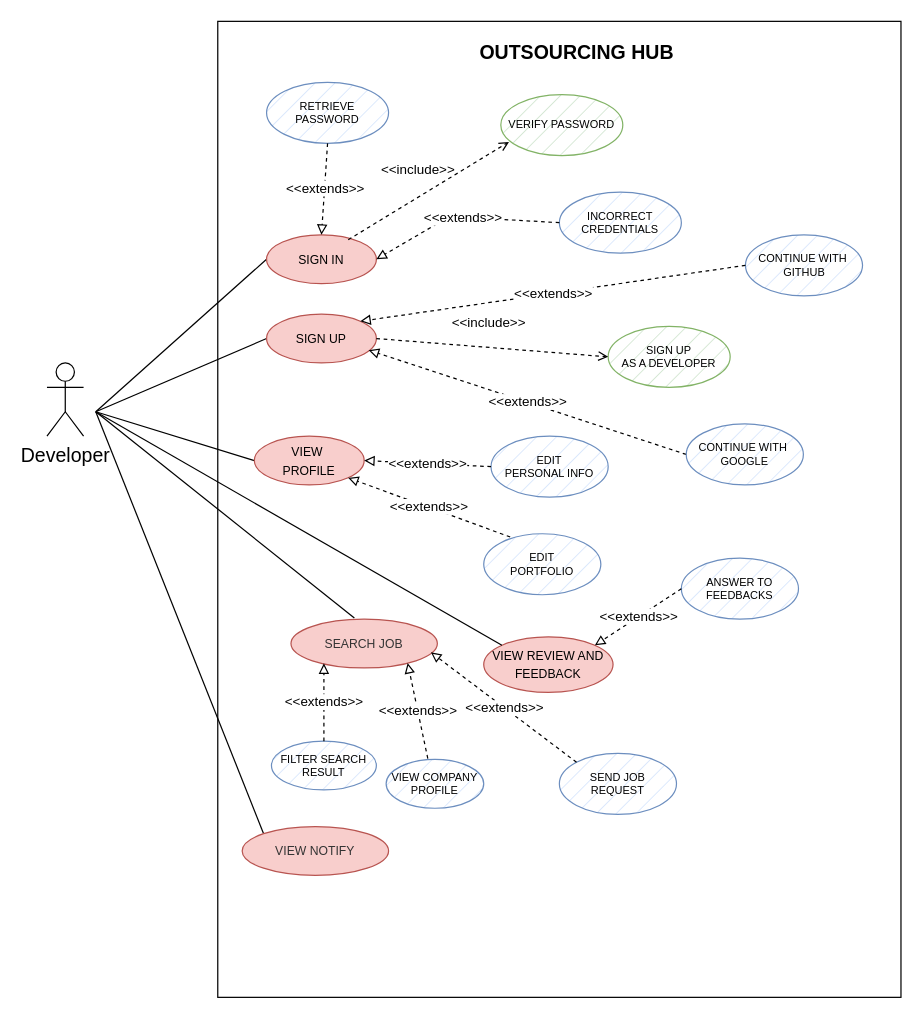
mattiadanisi00/ids keeps this draw.io diagram as use_cases/use_cases_dev.drawio. Above is the earlier version. Source tidied: cells renumbered, new cells numbered last; positions are measured from the earlier drawing's top-left corner, leaving out a move shared by most shapes. Both pictures are drawn from the tidied source at 122%, with x=0, y=0 at pixel (46, 21).
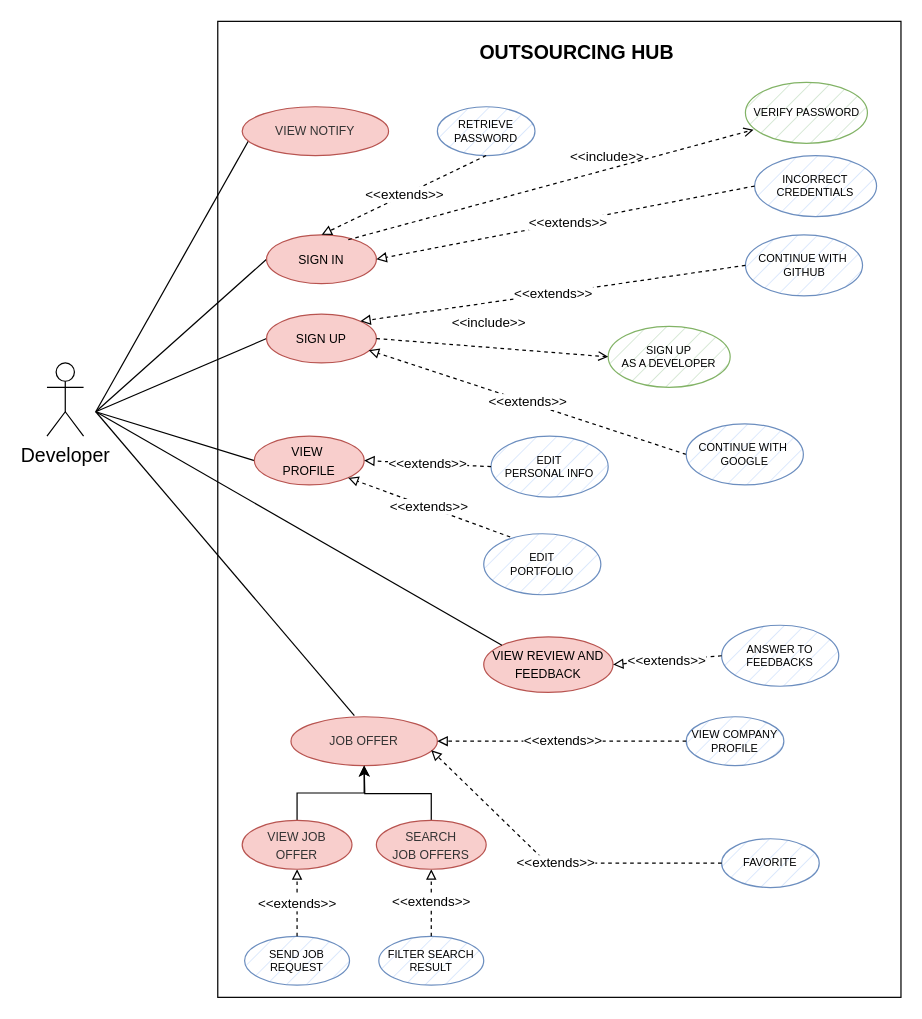
The same diagram, later.

Unchanged cells that the change refers to:
```xml
<mxCell id="8" value="&lt;font style=&quot;font-size: 10px;&quot;&gt;SIGN IN&lt;/font&gt;" style="ellipse;whiteSpace=wrap;html=1;fillColor=#f8cecc;strokeColor=#b85450;" parent="1" vertex="1">
  <mxGeometry x="180" y="175" width="90" height="40" as="geometry" />
</mxCell>
<mxCell id="25" value="&lt;font size=&quot;1&quot;&gt;VIEW REVIEW AND FEEDBACK&lt;/font&gt;" style="ellipse;whiteSpace=wrap;html=1;fillColor=#f8cecc;strokeColor=#b85450;" parent="1" vertex="1">
  <mxGeometry x="358" y="504.5" width="106" height="45.5" as="geometry" />
</mxCell>
```

What changed in the source:
```diff
@@
     <mxCell id="9" value="&lt;font style=&quot;font-size: 9px;&quot;&gt;INCORRECT&lt;br style=&quot;font-size: 9px;&quot;&gt;CREDENTIALS&lt;/font&gt;" style="ellipse;whiteSpace=wrap;html=1;fillColor=#dae8fc;strokeColor=#6c8ebf;fontSize=9;strokeWidth=1;fillStyle=hatch;" parent="1" vertex="1">
-      <mxGeometry x="420" y="140" width="100" height="50" as="geometry" />
+      <mxGeometry x="580" y="110" width="100" height="50" as="geometry" />
     </mxCell>
     <mxCell id="10" value="&amp;lt;&amp;lt;extends&amp;gt;&amp;gt;" style="endArrow=block;endFill=0;html=1;rounded=0;dashed=1;exitX=0;exitY=0.5;exitDx=0;exitDy=0;entryX=1;entryY=0.5;entryDx=0;entryDy=0;" parent="1" edge="1" source="9" target="8">
-      <mxGeometry x="-0.01" relative="1" as="geometry">
-        <Array as="points">
-          <mxPoint x="330" y="160" />
-        </Array>
-      </mxGeometry>
+      <mxGeometry x="-0.01" relative="1" as="geometry" />
     </mxCell>
@@
     <mxCell id="14" value="&lt;font style=&quot;font-size: 9px;&quot;&gt;RETRIEVE&lt;br style=&quot;font-size: 9px;&quot;&gt;PASSWORD&lt;/font&gt;" style="ellipse;whiteSpace=wrap;html=1;fillColor=#dae8fc;strokeColor=#6c8ebf;fontSize=9;strokeWidth=1;fillStyle=hatch;" parent="1" vertex="1">
-      <mxGeometry x="180" y="50" width="100" height="50" as="geometry" />
+      <mxGeometry x="320" y="70" width="80" height="40" as="geometry" />
     </mxCell>
@@
     <mxCell id="23" value="&amp;lt;&amp;lt;include&amp;gt;&amp;gt;" style="html=1;verticalAlign=bottom;labelBackgroundColor=none;endArrow=open;endFill=0;dashed=1;rounded=0;exitX=0.744;exitY=0.1;exitDx=0;exitDy=0;exitPerimeter=0;entryX=0.067;entryY=0.776;entryDx=0;entryDy=0;entryPerimeter=0;" parent="1" edge="1" source="8" target="24">
-      <mxGeometry x="-0.03" y="11" relative="1" as="geometry">
-        <mxPoint x="-1" as="offset" />
-      </mxGeometry>
+      <mxGeometry x="0.28" y="1" relative="1" as="geometry" />
     </mxCell>
     <mxCell id="24" value="&lt;font style=&quot;font-size: 9px;&quot;&gt;VERIFY PASSWORD&lt;/font&gt;" style="ellipse;whiteSpace=wrap;html=1;fillColor=#d5e8d4;strokeColor=#82b366;fontSize=9;strokeWidth=1;fillStyle=hatch;" parent="1" vertex="1">
-      <mxGeometry x="372" y="60" width="100" height="50" as="geometry" />
+      <mxGeometry x="572.5" y="50" width="100" height="50" as="geometry" />
     </mxCell>
@@
-    <mxCell id="27" value="&lt;span style=&quot;caret-color: rgb(0, 0, 0); font-family: Helvetica; font-size: x-small; font-style: normal; font-variant-caps: normal; font-weight: 400; letter-spacing: normal; text-align: center; text-indent: 0px; text-transform: none; word-spacing: 0px; -webkit-text-stroke-width: 0px; text-decoration: none; float: none; display: inline !important;&quot;&gt;&lt;font color=&quot;#333333&quot;&gt;SEARCH JOB&lt;/font&gt;&lt;/span&gt;" style="ellipse;whiteSpace=wrap;html=1;fillColor=#f8cecc;strokeColor=#b85450;" parent="1" vertex="1">
-      <mxGeometry x="200" y="490" width="120" height="40" as="geometry" />
+    <mxCell id="27" value="&lt;span style=&quot;caret-color: rgb(0, 0, 0); font-family: Helvetica; font-size: x-small; font-style: normal; font-variant-caps: normal; font-weight: 400; letter-spacing: normal; text-align: center; text-indent: 0px; text-transform: none; word-spacing: 0px; -webkit-text-stroke-width: 0px; text-decoration: none; float: none; display: inline !important;&quot;&gt;&lt;font color=&quot;#333333&quot;&gt;JOB OFFER&lt;/font&gt;&lt;/span&gt;" style="ellipse;whiteSpace=wrap;html=1;fillColor=#f8cecc;strokeColor=#b85450;" parent="1" vertex="1">
+      <mxGeometry x="200" y="570" width="120" height="40" as="geometry" />
     </mxCell>
@@
     <mxCell id="29" value="&lt;font style=&quot;font-size: 9px;&quot;&gt;SEND JOB&lt;br&gt;REQUEST&lt;br style=&quot;font-size: 9px;&quot;&gt;&lt;/font&gt;" style="ellipse;whiteSpace=wrap;html=1;fillColor=#dae8fc;strokeColor=#6c8ebf;fontSize=9;strokeWidth=1;fillStyle=hatch;" parent="1" vertex="1">
-      <mxGeometry x="420" y="600" width="96" height="50" as="geometry" />
+      <mxGeometry x="162" y="750" width="86" height="40" as="geometry" />
     </mxCell>
     <mxCell id="30" value="&lt;font style=&quot;font-size: 9px;&quot;&gt;FILTER SEARCH RESULT&lt;br style=&quot;font-size: 9px;&quot;&gt;&lt;/font&gt;" style="ellipse;whiteSpace=wrap;html=1;fillColor=#dae8fc;strokeColor=#6c8ebf;fontSize=9;strokeWidth=1;fillStyle=hatch;" parent="1" vertex="1">
-      <mxGeometry x="184" y="590" width="86" height="40" as="geometry" />
+      <mxGeometry x="272" y="750" width="86" height="40" as="geometry" />
     </mxCell>
     <mxCell id="31" value="&lt;font style=&quot;font-size: 9px;&quot;&gt;VIEW COMPANY PROFILE&lt;br style=&quot;font-size: 9px;&quot;&gt;&lt;/font&gt;" style="ellipse;whiteSpace=wrap;html=1;fillColor=#dae8fc;strokeColor=#6c8ebf;fontSize=9;strokeWidth=1;fillStyle=hatch;" parent="1" vertex="1">
-      <mxGeometry x="278" y="605" width="80" height="40" as="geometry" />
+      <mxGeometry x="524" y="570" width="80" height="40" as="geometry" />
     </mxCell>
-    <mxCell id="32" value="&amp;lt;&amp;lt;extends&amp;gt;&amp;gt;" style="endArrow=block;endFill=0;html=1;rounded=0;dashed=1;exitX=0.5;exitY=0;exitDx=0;exitDy=0;entryX=0.225;entryY=0.906;entryDx=0;entryDy=0;entryPerimeter=0;" parent="1" edge="1" source="30" target="27">
+    <mxCell id="32" value="&amp;lt;&amp;lt;extends&amp;gt;&amp;gt;" style="endArrow=block;endFill=0;html=1;rounded=0;dashed=1;exitX=0.5;exitY=0;exitDx=0;exitDy=0;entryX=0.5;entryY=1;entryDx=0;entryDy=0;" parent="1" edge="1" source="30" target="46">
       <mxGeometry relative="1" as="geometry" />
     </mxCell>
-    <mxCell id="33" value="&amp;lt;&amp;lt;extends&amp;gt;&amp;gt;" style="endArrow=block;endFill=0;html=1;rounded=0;dashed=1;exitX=0.427;exitY=-0.018;exitDx=0;exitDy=0;entryX=0.797;entryY=0.899;entryDx=0;entryDy=0;exitPerimeter=0;entryPerimeter=0;" parent="1" edge="1" source="31" target="27">
+    <mxCell id="33" value="&amp;lt;&amp;lt;extends&amp;gt;&amp;gt;" style="endArrow=block;endFill=0;html=1;rounded=0;dashed=1;exitX=0;exitY=0.5;exitDx=0;exitDy=0;entryX=1;entryY=0.5;entryDx=0;entryDy=0;" parent="1" edge="1" source="31" target="27">
       <mxGeometry x="-0.01" relative="1" as="geometry" />
     </mxCell>
-    <mxCell id="34" value="&amp;lt;&amp;lt;extends&amp;gt;&amp;gt;" style="endArrow=block;endFill=0;html=1;rounded=0;dashed=1;exitX=0;exitY=0;exitDx=0;exitDy=0;entryX=0.956;entryY=0.68;entryDx=0;entryDy=0;entryPerimeter=0;" parent="1" edge="1" source="29" target="27">
+    <mxCell id="34" value="&amp;lt;&amp;lt;extends&amp;gt;&amp;gt;" style="endArrow=block;endFill=0;html=1;rounded=0;dashed=1;exitX=0.5;exitY=0;exitDx=0;exitDy=0;entryX=0.5;entryY=1;entryDx=0;entryDy=0;" parent="1" edge="1" source="29" target="44">
       <mxGeometry x="-0.01" relative="1" as="geometry" />
     </mxCell>
     <mxCell id="35" value="&lt;font style=&quot;font-size: 9px;&quot;&gt;ANSWER TO&lt;br&gt;FEEDBACKS&lt;br style=&quot;font-size: 9px;&quot;&gt;&lt;/font&gt;" style="ellipse;whiteSpace=wrap;html=1;fillColor=#dae8fc;strokeColor=#6c8ebf;fontSize=9;strokeWidth=1;fillStyle=hatch;" parent="1" vertex="1">
-      <mxGeometry x="520" y="440" width="96" height="50" as="geometry" />
+      <mxGeometry x="553" y="495" width="96" height="50" as="geometry" />
     </mxCell>
-    <mxCell id="36" value="&amp;lt;&amp;lt;extends&amp;gt;&amp;gt;" style="endArrow=block;endFill=0;html=1;rounded=0;dashed=1;exitX=0;exitY=0.5;exitDx=0;exitDy=0;entryX=1;entryY=0;entryDx=0;entryDy=0;" parent="1" edge="1" source="35" target="25">
+    <mxCell id="36" value="&amp;lt;&amp;lt;extends&amp;gt;&amp;gt;" style="endArrow=block;endFill=0;html=1;rounded=0;dashed=1;exitX=0;exitY=0.5;exitDx=0;exitDy=0;entryX=1;entryY=0.5;entryDx=0;entryDy=0;" parent="1" edge="1" source="35" target="25">
       <mxGeometry relative="1" as="geometry" />
     </mxCell>
@@
     <mxCell id="40" value="&lt;span style=&quot;caret-color: rgb(0, 0, 0); font-family: Helvetica; font-size: x-small; font-style: normal; font-variant-caps: normal; font-weight: 400; letter-spacing: normal; text-align: center; text-indent: 0px; text-transform: none; word-spacing: 0px; -webkit-text-stroke-width: 0px; text-decoration: none; float: none; display: inline !important;&quot;&gt;&lt;font color=&quot;#333333&quot;&gt;VIEW NOTIFY&lt;/font&gt;&lt;/span&gt;" style="ellipse;whiteSpace=wrap;html=1;fillColor=#f8cecc;strokeColor=#b85450;" parent="1" vertex="1">
-      <mxGeometry x="160" y="660" width="120" height="40" as="geometry" />
+      <mxGeometry x="160" y="70" width="120" height="40" as="geometry" />
     </mxCell>
+    <mxCell id="41" value="&lt;font style=&quot;font-size: 9px;&quot;&gt;FAVORITE&lt;br style=&quot;font-size: 9px;&quot;&gt;&lt;/font&gt;" style="ellipse;whiteSpace=wrap;html=1;fillColor=#dae8fc;strokeColor=#6c8ebf;fontSize=9;strokeWidth=1;fillStyle=hatch;" parent="1" vertex="1">
+      <mxGeometry x="553" y="670" width="80" height="40" as="geometry" />
+    </mxCell>
+    <mxCell id="42" value="&amp;lt;&amp;lt;extends&amp;gt;&amp;gt;" style="endArrow=block;endFill=0;html=1;rounded=0;dashed=1;exitX=0;exitY=0.5;exitDx=0;exitDy=0;entryX=0.958;entryY=0.686;entryDx=0;entryDy=0;entryPerimeter=0;" parent="1" edge="1" source="41" target="27">
+      <mxGeometry x="-0.01" relative="1" as="geometry">
+        <Array as="points">
+          <mxPoint x="410" y="690" />
+        </Array>
+      </mxGeometry>
+    </mxCell>
+    <mxCell id="43" style="edgeStyle=orthogonalEdgeStyle;rounded=0;jettySize=auto;html=1;exitX=0.5;exitY=0;exitDx=0;exitDy=0;entryX=0.5;entryY=1;entryDx=0;entryDy=0;" parent="1" edge="1" source="44" target="27">
+      <mxGeometry relative="1" as="geometry" />
+    </mxCell>
+    <mxCell id="44" value="&lt;span style=&quot;caret-color: rgb(0, 0, 0); font-family: Helvetica; font-size: x-small; font-style: normal; font-variant-caps: normal; font-weight: 400; letter-spacing: normal; text-align: center; text-indent: 0px; text-transform: none; word-spacing: 0px; -webkit-text-stroke-width: 0px; text-decoration: none; float: none; display: inline !important;&quot;&gt;&lt;font color=&quot;#333333&quot;&gt;VIEW JOB&lt;br&gt;OFFER&lt;br&gt;&lt;/font&gt;&lt;/span&gt;" style="ellipse;whiteSpace=wrap;html=1;fillColor=#f8cecc;strokeColor=#b85450;" parent="1" vertex="1">
+      <mxGeometry x="160" y="655" width="90" height="40" as="geometry" />
+    </mxCell>
+    <mxCell id="45" style="edgeStyle=orthogonalEdgeStyle;rounded=0;jettySize=auto;html=1;exitX=0.5;exitY=0;exitDx=0;exitDy=0;" parent="1" edge="1" source="46">
+      <mxGeometry relative="1" as="geometry">
+        <mxPoint x="260" y="610" as="targetPoint" />
+      </mxGeometry>
+    </mxCell>
+    <mxCell id="46" value="&lt;span style=&quot;caret-color: rgb(0, 0, 0); font-family: Helvetica; font-size: x-small; font-style: normal; font-variant-caps: normal; font-weight: 400; letter-spacing: normal; text-align: center; text-indent: 0px; text-transform: none; word-spacing: 0px; -webkit-text-stroke-width: 0px; text-decoration: none; float: none; display: inline !important;&quot;&gt;&lt;font color=&quot;#333333&quot;&gt;SEARCH&lt;br&gt;JOB OFFERS&lt;br&gt;&lt;/font&gt;&lt;/span&gt;" style="ellipse;whiteSpace=wrap;html=1;fillColor=#f8cecc;strokeColor=#b85450;" parent="1" vertex="1">
+      <mxGeometry x="270" y="655" width="90" height="40" as="geometry" />
+    </mxCell>
```
